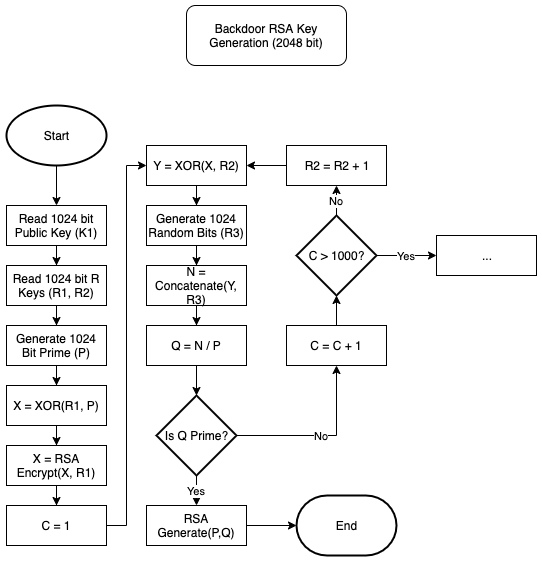
Before: task7/images/flow.png, a diagram exported from draw.io (luker983/nsa-codebreaker-2019). Source tidied: cells renumbered, new cells last; positions are measured from the earlier drawing's top-left corner, leaving out a move shared by most shapes.
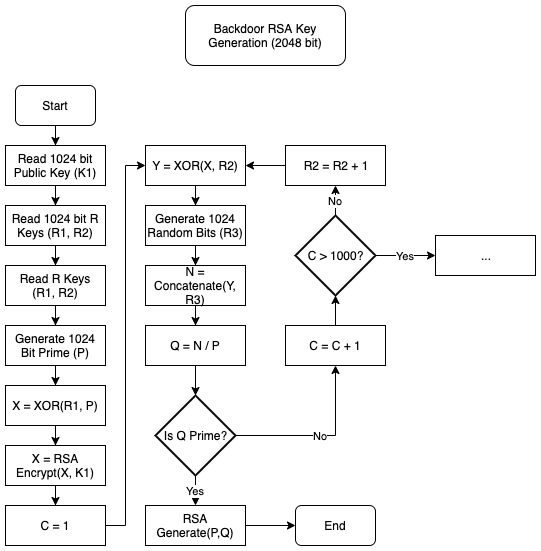
Later version of the same file.

The edit, as a diff of the source:
```diff
@@ -5,20 +5,30 @@
     <mxCell id="2" value="Backdoor RSA Key Generation (2048 bit)" style="rounded=1;whiteSpace=wrap;html=1;" parent="1" vertex="1">
       <mxGeometry x="180" width="160" height="60" as="geometry" />
     </mxCell>
+    <mxCell id="36" style="edgeStyle=orthogonalEdgeStyle;rounded=0;jettySize=auto;html=1;entryX=0.5;entryY=0;entryDx=0;entryDy=0;" parent="1" edge="1" source="37" target="6">
+      <mxGeometry relative="1" as="geometry" />
+    </mxCell>
+    <mxCell id="37" value="Start" style="rounded=1;whiteSpace=wrap;html=1;" parent="1" vertex="1">
+      <mxGeometry x="10" y="80" width="80" height="40" as="geometry" />
+    </mxCell>
-    <mxCell id="3" style="edgeStyle=orthogonalEdgeStyle;rounded=0;jettySize=auto;html=1;entryX=0.5;entryY=0;entryDx=0;entryDy=0;" parent="1" edge="1" source="4">
-      <mxGeometry relative="1" as="geometry">
-        <mxPoint x="50" y="320" as="targetPoint" />
-      </mxGeometry>
+    <mxCell id="3" style="edgeStyle=orthogonalEdgeStyle;rounded=0;jettySize=auto;html=1;entryX=0.5;entryY=0;entryDx=0;entryDy=0;" parent="1" edge="1" source="4" target="40">
+      <mxGeometry relative="1" as="geometry" />
     </mxCell>
     <mxCell id="4" value="Read 1024 bit R Keys (R1, R2)" style="rounded=0;whiteSpace=wrap;html=1;" parent="1" vertex="1">
-      <mxGeometry y="260" width="100" height="40" as="geometry" />
+      <mxGeometry y="200" width="100" height="40" as="geometry" />
     </mxCell>
     <mxCell id="5" style="edgeStyle=orthogonalEdgeStyle;rounded=0;jettySize=auto;html=1;entryX=0.5;entryY=0;entryDx=0;entryDy=0;" parent="1" edge="1" source="6" target="4">
       <mxGeometry relative="1" as="geometry" />
     </mxCell>
     <mxCell id="6" value="Read 1024 bit Public Key (K1)" style="rounded=0;whiteSpace=wrap;html=1;" parent="1" vertex="1">
-      <mxGeometry y="200" width="100" height="40" as="geometry" />
+      <mxGeometry y="140" width="100" height="40" as="geometry" />
     </mxCell>
+    <mxCell id="39" style="edgeStyle=orthogonalEdgeStyle;rounded=0;jettySize=auto;html=1;entryX=0.5;entryY=0;entryDx=0;entryDy=0;" parent="1" edge="1" source="40" target="10">
+      <mxGeometry relative="1" as="geometry" />
+    </mxCell>
+    <mxCell id="40" value="Read R Keys (R1, R2)" style="rounded=0;whiteSpace=wrap;html=1;" parent="1" vertex="1">
+      <mxGeometry y="260" width="100" height="40" as="geometry" />
+    </mxCell>
     <mxCell id="7" style="edgeStyle=orthogonalEdgeStyle;rounded=0;jettySize=auto;html=1;entryX=0.5;entryY=0;entryDx=0;entryDy=0;" parent="1" edge="1" source="8" target="18">
       <mxGeometry relative="1" as="geometry" />
     </mxCell>
@@ -52,7 +62,7 @@
     <mxCell id="17" style="edgeStyle=orthogonalEdgeStyle;rounded=0;jettySize=auto;html=1;entryX=0.5;entryY=0;entryDx=0;entryDy=0;" parent="1" edge="1" source="18" target="23">
       <mxGeometry relative="1" as="geometry" />
     </mxCell>
-    <mxCell id="18" value="X = RSA Encrypt(X, R1)" style="rounded=0;whiteSpace=wrap;html=1;" parent="1" vertex="1">
+    <mxCell id="18" value="X = RSA Encrypt(X, K1)" style="rounded=0;whiteSpace=wrap;html=1;" parent="1" vertex="1">
       <mxGeometry y="440" width="100" height="40" as="geometry" />
     </mxCell>
     <mxCell id="19" value="No" style="edgeStyle=orthogonalEdgeStyle;rounded=0;jettySize=auto;html=1;entryX=0.5;entryY=1;entryDx=0;entryDy=0;" parent="1" edge="1" source="21" target="27">
@@ -99,10 +109,11 @@
     <mxCell id="32" value="C &amp;gt; 1000?" style="strokeWidth=2;html=1;shape=mxgraph.flowchart.decision;whiteSpace=wrap;" parent="1" vertex="1">
       <mxGeometry x="290" y="210" width="80" height="80" as="geometry" />
     </mxCell>
+    <mxCell id="38" value="End" style="rounded=1;whiteSpace=wrap;html=1;" parent="1" vertex="1">
+      <mxGeometry x="290" y="500" width="80" height="40" as="geometry" />
+    </mxCell>
-    <mxCell id="33" style="edgeStyle=orthogonalEdgeStyle;rounded=0;jettySize=auto;html=1;entryX=0;entryY=0.5;entryDx=0;entryDy=0;" parent="1" edge="1" source="34">
-      <mxGeometry relative="1" as="geometry">
-        <mxPoint x="290" y="520" as="targetPoint" />
-      </mxGeometry>
+    <mxCell id="33" style="edgeStyle=orthogonalEdgeStyle;rounded=0;jettySize=auto;html=1;entryX=0;entryY=0.5;entryDx=0;entryDy=0;" parent="1" edge="1" source="34" target="38">
+      <mxGeometry relative="1" as="geometry" />
     </mxCell>
     <mxCell id="34" value="RSA Generate(P,Q)" style="rounded=0;whiteSpace=wrap;html=1;" parent="1" vertex="1">
       <mxGeometry x="140" y="500" width="100" height="40" as="geometry" />
@@ -110,14 +121,5 @@
     <mxCell id="35" value="..." style="rounded=0;whiteSpace=wrap;html=1;" parent="1" vertex="1">
       <mxGeometry x="430" y="230" width="100" height="40" as="geometry" />
     </mxCell>
-    <mxCell id="36" style="edgeStyle=orthogonalEdgeStyle;rounded=0;jettySize=auto;html=1;entryX=0.5;entryY=0;entryDx=0;entryDy=0;" parent="1" edge="1" source="37" target="6">
-      <mxGeometry relative="1" as="geometry" />
-    </mxCell>
-    <mxCell id="37" value="Start" style="strokeWidth=2;html=1;shape=mxgraph.flowchart.start_1;whiteSpace=wrap;" parent="1" vertex="1">
-      <mxGeometry y="100" width="100" height="60" as="geometry" />
-    </mxCell>
-    <mxCell id="38" value="End" style="strokeWidth=2;html=1;shape=mxgraph.flowchart.terminator;whiteSpace=wrap;" parent="1" vertex="1">
-      <mxGeometry x="290" y="490" width="100" height="60" as="geometry" />
-    </mxCell>
   </root>
 </mxGraphModel>
```
